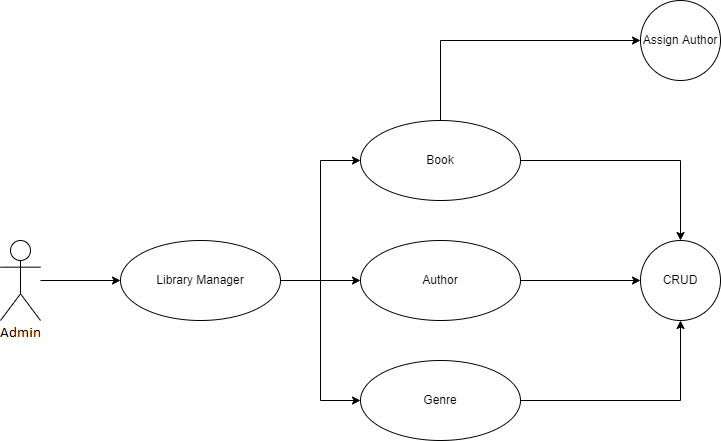
Earlier version of the draw.io export Document/Use_Case_Admin/Use_Case_LibraryManager.png (Kutelata/DoAnTotNghiep). Source tidied: cells renumbered, new cells last; positions are measured from the earlier drawing's top-left corner, leaving out a move shared by most shapes. Its diagram source:
```xml
<mxGraphModel>
  <root>
    <mxCell id="0" />
    <mxCell id="1" parent="0" />
    <mxCell id="2" style="edgeStyle=orthogonalEdgeStyle;rounded=0;jettySize=auto;html=1;entryX=0;entryY=0.5;entryDx=0;entryDy=0;" parent="1" edge="1" source="3" target="10">
      <mxGeometry relative="1" as="geometry" />
    </mxCell>
    <mxCell id="3" value="User" style="shape=umlActor;verticalLabelPosition=bottom;verticalAlign=top;html=1;outlineConnect=0;" parent="1" vertex="1">
      <mxGeometry y="240" width="40" height="80" as="geometry" />
    </mxCell>
    <mxCell id="4" style="edgeStyle=orthogonalEdgeStyle;rounded=0;jettySize=auto;html=1;" parent="1" edge="1" source="6" target="15">
      <mxGeometry relative="1" as="geometry" />
    </mxCell>
    <mxCell id="5" style="edgeStyle=orthogonalEdgeStyle;rounded=0;jettySize=auto;html=1;entryX=0;entryY=0.5;entryDx=0;entryDy=0;exitX=0.5;exitY=0;exitDx=0;exitDy=0;" parent="1" edge="1" source="6" target="16">
      <mxGeometry relative="1" as="geometry" />
    </mxCell>
    <mxCell id="6" value="Book" style="ellipse;whiteSpace=wrap;html=1;" parent="1" vertex="1">
      <mxGeometry x="360" y="120" width="160" height="80" as="geometry" />
    </mxCell>
    <mxCell id="7" style="edgeStyle=orthogonalEdgeStyle;rounded=0;jettySize=auto;html=1;entryX=0;entryY=0.5;entryDx=0;entryDy=0;" parent="1" edge="1" source="10" target="6">
      <mxGeometry relative="1" as="geometry" />
    </mxCell>
    <mxCell id="8" style="edgeStyle=orthogonalEdgeStyle;rounded=0;jettySize=auto;html=1;entryX=0;entryY=0.5;entryDx=0;entryDy=0;" parent="1" edge="1" source="10" target="12">
      <mxGeometry relative="1" as="geometry" />
    </mxCell>
    <mxCell id="9" style="edgeStyle=orthogonalEdgeStyle;rounded=0;jettySize=auto;html=1;entryX=0;entryY=0.5;entryDx=0;entryDy=0;" parent="1" edge="1" source="10" target="14">
      <mxGeometry relative="1" as="geometry" />
    </mxCell>
    <mxCell id="10" value="Library Manager" style="ellipse;whiteSpace=wrap;html=1;" parent="1" vertex="1">
      <mxGeometry x="120" y="240" width="160" height="80" as="geometry" />
    </mxCell>
    <mxCell id="11" style="edgeStyle=orthogonalEdgeStyle;rounded=0;jettySize=auto;html=1;entryX=0;entryY=0.5;entryDx=0;entryDy=0;" parent="1" edge="1" source="12" target="15">
      <mxGeometry relative="1" as="geometry" />
    </mxCell>
    <mxCell id="12" value="Author" style="ellipse;whiteSpace=wrap;html=1;" parent="1" vertex="1">
      <mxGeometry x="360" y="240" width="160" height="80" as="geometry" />
    </mxCell>
    <mxCell id="13" style="edgeStyle=orthogonalEdgeStyle;rounded=0;jettySize=auto;html=1;entryX=0.5;entryY=1;entryDx=0;entryDy=0;" parent="1" edge="1" source="14" target="15">
      <mxGeometry relative="1" as="geometry" />
    </mxCell>
    <mxCell id="14" value="Genre" style="ellipse;whiteSpace=wrap;html=1;" parent="1" vertex="1">
      <mxGeometry x="360" y="360" width="160" height="80" as="geometry" />
    </mxCell>
    <mxCell id="15" value="CRUD" style="ellipse;whiteSpace=wrap;html=1;" parent="1" vertex="1">
      <mxGeometry x="640" y="240" width="80" height="80" as="geometry" />
    </mxCell>
    <mxCell id="16" value="Assign Author" style="ellipse;whiteSpace=wrap;html=1;" parent="1" vertex="1">
      <mxGeometry x="640" width="80" height="80" as="geometry" />
    </mxCell>
  </root>
</mxGraphModel>
```
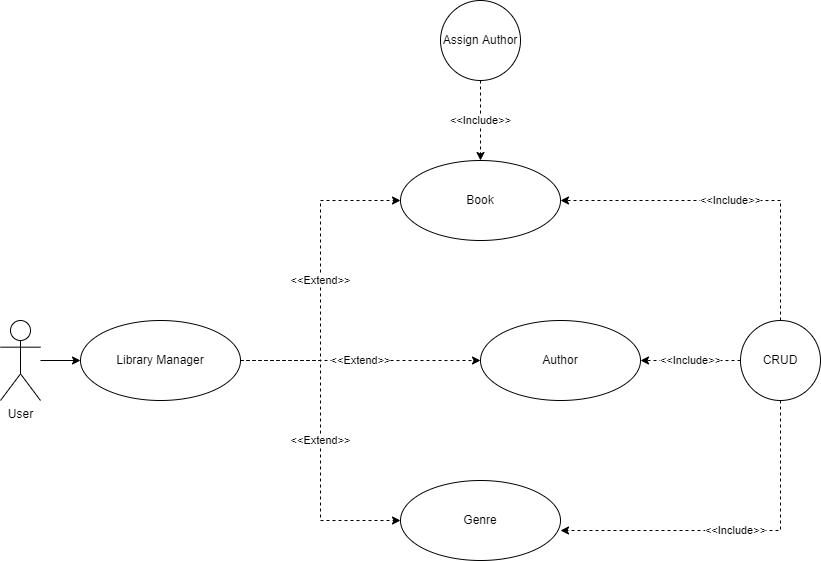
The same diagram one commit later.

Change to the diagram source:
```diff
@@ -2,50 +2,58 @@
   <root>
     <mxCell id="0" />
     <mxCell id="1" parent="0" />
-    <mxCell id="2" style="edgeStyle=orthogonalEdgeStyle;rounded=0;jettySize=auto;html=1;entryX=0;entryY=0.5;entryDx=0;entryDy=0;" parent="1" edge="1" source="3" target="10">
+    <mxCell id="2" style="edgeStyle=orthogonalEdgeStyle;rounded=0;jettySize=auto;html=1;" parent="1" edge="1" source="3" target="10">
       <mxGeometry relative="1" as="geometry" />
     </mxCell>
     <mxCell id="3" value="User" style="shape=umlActor;verticalLabelPosition=bottom;verticalAlign=top;html=1;outlineConnect=0;" parent="1" vertex="1">
-      <mxGeometry y="240" width="40" height="80" as="geometry" />
+      <mxGeometry x="-70" y="320" width="40" height="80" as="geometry" />
     </mxCell>
-    <mxCell id="4" style="edgeStyle=orthogonalEdgeStyle;rounded=0;jettySize=auto;html=1;" parent="1" edge="1" source="6" target="15">
-      <mxGeometry relative="1" as="geometry" />
-    </mxCell>
-    <mxCell id="5" style="edgeStyle=orthogonalEdgeStyle;rounded=0;jettySize=auto;html=1;entryX=0;entryY=0.5;entryDx=0;entryDy=0;exitX=0.5;exitY=0;exitDx=0;exitDy=0;" parent="1" edge="1" source="6" target="16">
-      <mxGeometry relative="1" as="geometry" />
-    </mxCell>
-    <mxCell id="6" value="Book" style="ellipse;whiteSpace=wrap;html=1;" parent="1" vertex="1">
-      <mxGeometry x="360" y="120" width="160" height="80" as="geometry" />
-    </mxCell>
+    <mxCell id="8" value="&amp;lt;&amp;lt;Extend&amp;gt;&amp;gt;" style="edgeStyle=orthogonalEdgeStyle;rounded=0;jettySize=auto;html=1;dashed=1;" parent="1" edge="1" source="10" target="12">
+      <mxGeometry relative="1" as="geometry" />
+    </mxCell>
-    <mxCell id="7" style="edgeStyle=orthogonalEdgeStyle;rounded=0;jettySize=auto;html=1;entryX=0;entryY=0.5;entryDx=0;entryDy=0;" parent="1" edge="1" source="10" target="6">
+    <mxCell id="7" value="&amp;lt;&amp;lt;Extend&amp;gt;&amp;gt;" style="edgeStyle=orthogonalEdgeStyle;rounded=0;jettySize=auto;html=1;entryX=0;entryY=0.5;entryDx=0;entryDy=0;dashed=1;" parent="1" edge="1" source="10" target="6">
       <mxGeometry relative="1" as="geometry" />
     </mxCell>
-    <mxCell id="8" style="edgeStyle=orthogonalEdgeStyle;rounded=0;jettySize=auto;html=1;entryX=0;entryY=0.5;entryDx=0;entryDy=0;" parent="1" edge="1" source="10" target="12">
-      <mxGeometry relative="1" as="geometry" />
-    </mxCell>
-    <mxCell id="9" style="edgeStyle=orthogonalEdgeStyle;rounded=0;jettySize=auto;html=1;entryX=0;entryY=0.5;entryDx=0;entryDy=0;" parent="1" edge="1" source="10" target="14">
+    <mxCell id="9" value="&amp;lt;&amp;lt;Extend&amp;gt;&amp;gt;" style="edgeStyle=orthogonalEdgeStyle;rounded=0;jettySize=auto;html=1;entryX=0;entryY=0.5;entryDx=0;entryDy=0;dashed=1;" parent="1" edge="1" source="10" target="14">
       <mxGeometry relative="1" as="geometry" />
     </mxCell>
     <mxCell id="10" value="Library Manager" style="ellipse;whiteSpace=wrap;html=1;" parent="1" vertex="1">
-      <mxGeometry x="120" y="240" width="160" height="80" as="geometry" />
+      <mxGeometry x="10" y="320" width="160" height="80" as="geometry" />
     </mxCell>
-    <mxCell id="11" style="edgeStyle=orthogonalEdgeStyle;rounded=0;jettySize=auto;html=1;entryX=0;entryY=0.5;entryDx=0;entryDy=0;" parent="1" edge="1" source="12" target="15">
-      <mxGeometry relative="1" as="geometry" />
-    </mxCell>
+    <mxCell id="14" value="Genre" style="ellipse;whiteSpace=wrap;html=1;" parent="1" vertex="1">
+      <mxGeometry x="330" y="480" width="160" height="80" as="geometry" />
+    </mxCell>
     <mxCell id="12" value="Author" style="ellipse;whiteSpace=wrap;html=1;" parent="1" vertex="1">
-      <mxGeometry x="360" y="240" width="160" height="80" as="geometry" />
+      <mxGeometry x="410" y="320" width="160" height="80" as="geometry" />
     </mxCell>
-    <mxCell id="13" style="edgeStyle=orthogonalEdgeStyle;rounded=0;jettySize=auto;html=1;entryX=0.5;entryY=1;entryDx=0;entryDy=0;" parent="1" edge="1" source="14" target="15">
-      <mxGeometry relative="1" as="geometry" />
-    </mxCell>
-    <mxCell id="14" value="Genre" style="ellipse;whiteSpace=wrap;html=1;" parent="1" vertex="1">
-      <mxGeometry x="360" y="360" width="160" height="80" as="geometry" />
-    </mxCell>
+    <mxCell id="6" value="Book" style="ellipse;whiteSpace=wrap;html=1;" parent="1" vertex="1">
+      <mxGeometry x="330" y="160" width="160" height="80" as="geometry" />
+    </mxCell>
+    <mxCell id="17" value="&amp;lt;&amp;lt;Include&amp;gt;&amp;gt;" style="edgeStyle=orthogonalEdgeStyle;rounded=0;jettySize=auto;html=1;dashed=1;" parent="1" edge="1" source="15" target="12">
+      <mxGeometry relative="1" as="geometry" />
+    </mxCell>
+    <mxCell id="18" value="&amp;lt;&amp;lt;Include&amp;gt;&amp;gt;" style="edgeStyle=orthogonalEdgeStyle;rounded=0;jettySize=auto;html=1;entryX=1;entryY=0.625;entryDx=0;entryDy=0;entryPerimeter=0;dashed=1;" parent="1" edge="1" source="15" target="14">
+      <mxGeometry relative="1" as="geometry">
+        <Array as="points">
+          <mxPoint x="710" y="530" />
+        </Array>
+      </mxGeometry>
+    </mxCell>
+    <mxCell id="19" value="&amp;lt;&amp;lt;Include&amp;gt;&amp;gt;" style="edgeStyle=orthogonalEdgeStyle;rounded=0;jettySize=auto;html=1;entryX=1;entryY=0.5;entryDx=0;entryDy=0;dashed=1;" parent="1" edge="1" source="15" target="6">
+      <mxGeometry relative="1" as="geometry">
+        <Array as="points">
+          <mxPoint x="710" y="200" />
+        </Array>
+      </mxGeometry>
+    </mxCell>
     <mxCell id="15" value="CRUD" style="ellipse;whiteSpace=wrap;html=1;" parent="1" vertex="1">
-      <mxGeometry x="640" y="240" width="80" height="80" as="geometry" />
+      <mxGeometry x="670" y="320" width="80" height="80" as="geometry" />
     </mxCell>
+    <mxCell id="20" value="&amp;lt;&amp;lt;Include&amp;gt;&amp;gt;" style="edgeStyle=orthogonalEdgeStyle;rounded=0;jettySize=auto;html=1;entryX=0.5;entryY=0;entryDx=0;entryDy=0;dashed=1;" parent="1" edge="1" source="16" target="6">
+      <mxGeometry relative="1" as="geometry" />
+    </mxCell>
     <mxCell id="16" value="Assign Author" style="ellipse;whiteSpace=wrap;html=1;" parent="1" vertex="1">
-      <mxGeometry x="640" width="80" height="80" as="geometry" />
+      <mxGeometry x="370" width="80" height="80" as="geometry" />
     </mxCell>
   </root>
 </mxGraphModel>
```
